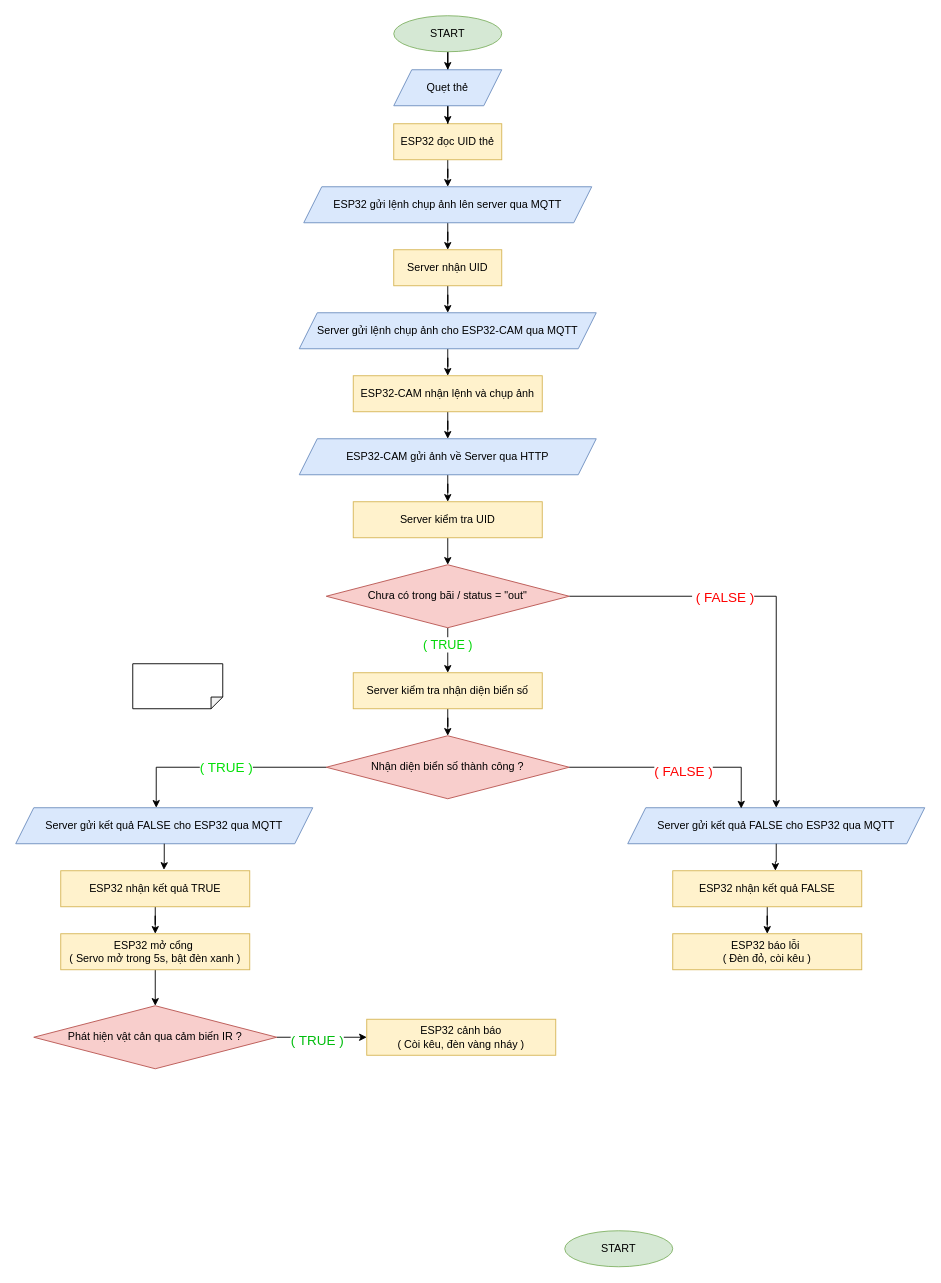
Before: page "Trang-4" (4 of 5) of Biểu đồ không có tiêu đề.drawio in GiaDuccc/shop-api, a draw.io diagram. Source tidied: cells renumbered, new cells numbered last; positions are measured from the earlier drawing's top-left corner, leaving out a move shared by most shapes. Both pictures are drawn from the tidied source at 90%, with x=0, y=0 at pixel (15, 15).
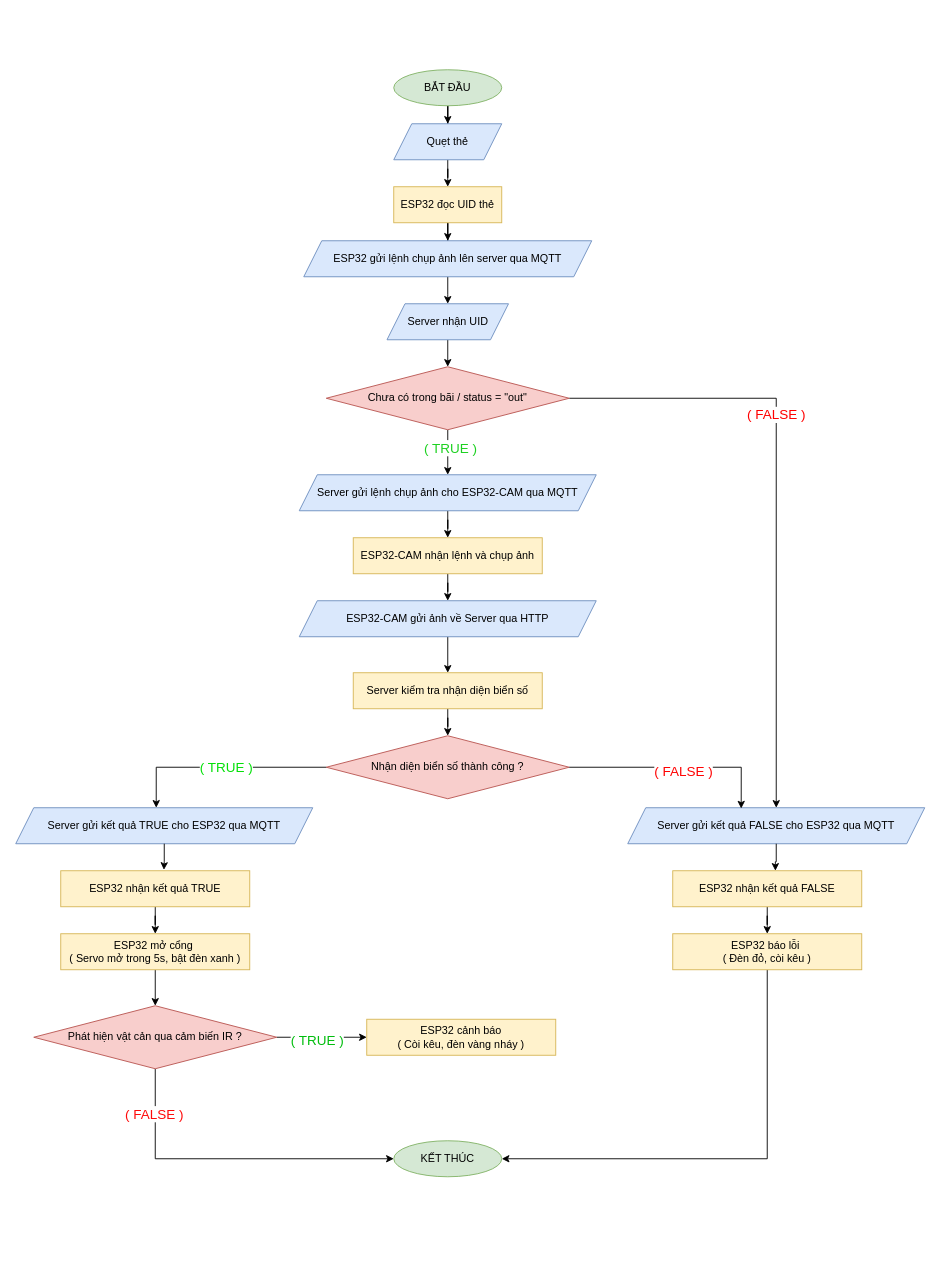
The same page after the edit.

Commit message (it also covers changes not shown here):
Cập nhật Biểu đồ không có tiêu đề.drawio

Unchanged cells that the change refers to:
```xml
<mxCell id="25" value="Server gửi kết quả FALSE cho ESP32 qua MQTT" style="shape=parallelogram;perimeter=parallelogramPerimeter;whiteSpace=wrap;html=1;fixedSize=1;fillColor=#dae8fc;strokeColor=#6c8ebf;" parent="1" vertex="1">
  <mxGeometry x="680" y="880" width="330" height="40" as="geometry" />
</mxCell>
<mxCell id="27" value="Server kiểm tra nhận diện biển số" style="rounded=0;whiteSpace=wrap;html=1;fillColor=#fff2cc;strokeColor=#d6b656;" parent="1" vertex="1">
  <mxGeometry x="375" y="730" width="210" height="40" as="geometry" />
</mxCell>
<mxCell id="36" value="ESP32 báo lỗi&amp;nbsp;&lt;div&gt;( Đèn đỏ, còi kêu )&lt;/div&gt;" style="rounded=0;whiteSpace=wrap;html=1;fillColor=#fff2cc;strokeColor=#d6b656;" parent="1" vertex="1">
  <mxGeometry x="730" y="1020" width="210" height="40" as="geometry" />
</mxCell>
<mxCell id="43" value="Phát hiện vật cản qua cảm biến IR ?" style="rhombus;whiteSpace=wrap;html=1;fillColor=#f8cecc;strokeColor=#b85450;" parent="1" vertex="1">
  <mxGeometry x="20" y="1100" width="270" height="70" as="geometry" />
</mxCell>
```

The edit, as a diff of the source:
```diff
@@
-    <mxCell id="3" value="START" style="ellipse;whiteSpace=wrap;html=1;fillColor=#d5e8d4;strokeColor=#82b366;" parent="1" vertex="1">
-      <mxGeometry x="420" width="120" height="40" as="geometry" />
+    <mxCell id="3" value="BẮT ĐẦU" style="ellipse;whiteSpace=wrap;html=1;fillColor=#d5e8d4;strokeColor=#82b366;" parent="1" vertex="1">
+      <mxGeometry x="420" y="60" width="120" height="40" as="geometry" />
     </mxCell>
@@
     <mxCell id="5" value="ESP32 đọc UID thẻ" style="rounded=0;whiteSpace=wrap;html=1;fillColor=#fff2cc;strokeColor=#d6b656;" parent="1" vertex="1">
-      <mxGeometry x="420" y="120" width="120" height="40" as="geometry" />
+      <mxGeometry x="420" y="190" width="120" height="40" as="geometry" />
     </mxCell>
@@
     <mxCell id="7" value="Quẹt thẻ" style="shape=parallelogram;perimeter=parallelogramPerimeter;whiteSpace=wrap;html=1;fixedSize=1;fillColor=#dae8fc;strokeColor=#6c8ebf;" parent="1" vertex="1">
-      <mxGeometry x="420" y="60" width="120" height="40" as="geometry" />
+      <mxGeometry x="420" y="120" width="120" height="40" as="geometry" />
     </mxCell>
-    <mxCell id="8" style="edgeStyle=orthogonalEdgeStyle;rounded=0;jettySize=auto;html=1;entryX=0.5;entryY=0;entryDx=0;entryDy=0;" parent="1" edge="1" source="9" target="11">
-      <mxGeometry relative="1" as="geometry" />
+    <mxCell id="8" style="edgeStyle=orthogonalEdgeStyle;rounded=0;jettySize=auto;html=1;entryX=0.5;entryY=0;entryDx=0;entryDy=0;" parent="1" edge="1" source="9">
+      <mxGeometry relative="1" as="geometry">
+        <mxPoint x="480" y="320" as="targetPoint" />
+      </mxGeometry>
     </mxCell>
     <mxCell id="9" value="ESP32 gửi lệnh chụp ảnh lên server qua MQTT" style="shape=parallelogram;perimeter=parallelogramPerimeter;whiteSpace=wrap;html=1;fixedSize=1;fillColor=#dae8fc;strokeColor=#6c8ebf;" parent="1" vertex="1">
-      <mxGeometry x="320" y="190" width="320" height="40" as="geometry" />
+      <mxGeometry x="320" y="250" width="320" height="40" as="geometry" />
     </mxCell>
-    <mxCell id="10" style="edgeStyle=orthogonalEdgeStyle;rounded=0;jettySize=auto;html=1;entryX=0.5;entryY=0;entryDx=0;entryDy=0;" parent="1" edge="1" source="11" target="13">
-      <mxGeometry relative="1" as="geometry" />
-    </mxCell>
-    <mxCell id="11" value="Server nhận UID" style="rounded=0;whiteSpace=wrap;html=1;fillColor=#fff2cc;strokeColor=#d6b656;" parent="1" vertex="1">
-      <mxGeometry x="420" y="260" width="120" height="40" as="geometry" />
-    </mxCell>
+    <mxCell id="49" style="edgeStyle=orthogonalEdgeStyle;rounded=0;jettySize=auto;html=1;entryX=0.5;entryY=0;entryDx=0;entryDy=0;" parent="1" edge="1" target="24">
+      <mxGeometry relative="1" as="geometry">
+        <mxPoint x="480" y="360" as="sourcePoint" />
+      </mxGeometry>
+    </mxCell>
@@
     <mxCell id="13" value="Server gửi lệnh chụp ảnh cho ESP32-CAM qua MQTT" style="shape=parallelogram;perimeter=parallelogramPerimeter;whiteSpace=wrap;html=1;fixedSize=1;fillColor=#dae8fc;strokeColor=#6c8ebf;" parent="1" vertex="1">
-      <mxGeometry x="315" y="330" width="330" height="40" as="geometry" />
+      <mxGeometry x="315" y="510" width="330" height="40" as="geometry" />
     </mxCell>
@@
     <mxCell id="15" value="ESP32-CAM nhận lệnh và chụp ảnh" style="rounded=0;whiteSpace=wrap;html=1;fillColor=#fff2cc;strokeColor=#d6b656;" parent="1" vertex="1">
-      <mxGeometry x="375" y="400" width="210" height="40" as="geometry" />
+      <mxGeometry x="375" y="580" width="210" height="40" as="geometry" />
     </mxCell>
-    <mxCell id="16" style="edgeStyle=orthogonalEdgeStyle;rounded=0;jettySize=auto;html=1;entryX=0.5;entryY=0;entryDx=0;entryDy=0;" parent="1" edge="1" source="17" target="19">
-      <mxGeometry relative="1" as="geometry" />
-    </mxCell>
+    <mxCell id="50" style="edgeStyle=orthogonalEdgeStyle;rounded=0;jettySize=auto;html=1;entryX=0.5;entryY=0;entryDx=0;entryDy=0;" parent="1" edge="1" source="17" target="27">
+      <mxGeometry relative="1" as="geometry" />
+    </mxCell>
     <mxCell id="17" value="ESP32-CAM gửi ảnh về Server qua HTTP" style="shape=parallelogram;perimeter=parallelogramPerimeter;whiteSpace=wrap;html=1;fixedSize=1;fillColor=#dae8fc;strokeColor=#6c8ebf;" parent="1" vertex="1">
-      <mxGeometry x="315" y="470" width="330" height="40" as="geometry" />
+      <mxGeometry x="315" y="650" width="330" height="40" as="geometry" />
     </mxCell>
-    <mxCell id="18" style="edgeStyle=orthogonalEdgeStyle;rounded=0;jettySize=auto;html=1;exitX=0.5;exitY=1;exitDx=0;exitDy=0;entryX=0.5;entryY=0;entryDx=0;entryDy=0;" parent="1" edge="1" source="19" target="24">
-      <mxGeometry relative="1" as="geometry" />
-    </mxCell>
-    <mxCell id="19" value="Server kiểm tra UID" style="rounded=0;whiteSpace=wrap;html=1;fillColor=#fff2cc;strokeColor=#d6b656;" parent="1" vertex="1">
-      <mxGeometry x="375" y="540" width="210" height="40" as="geometry" />
-    </mxCell>
     <mxCell id="20" style="edgeStyle=orthogonalEdgeStyle;rounded=0;jettySize=auto;html=1;entryX=0.5;entryY=0;entryDx=0;entryDy=0;" parent="1" edge="1" source="24" target="25">
       <mxGeometry relative="1" as="geometry">
         <Array as="points">
-          <mxPoint x="845" y="645" />
+          <mxPoint x="845" y="425" />
         </Array>
       </mxGeometry>
     </mxCell>
@@
-    <mxCell id="22" style="edgeStyle=orthogonalEdgeStyle;rounded=0;jettySize=auto;html=1;" parent="1" edge="1" source="24" target="27">
-      <mxGeometry relative="1" as="geometry" />
-    </mxCell>
+    <mxCell id="51" style="edgeStyle=orthogonalEdgeStyle;rounded=0;jettySize=auto;html=1;entryX=0.5;entryY=0;entryDx=0;entryDy=0;" parent="1" edge="1" source="24" target="13">
+      <mxGeometry relative="1" as="geometry" />
+    </mxCell>
-    <mxCell id="23" value="( TRUE )" style="edgeLabel;html=1;align=center;verticalAlign=middle;fontSize=14;fontColor=#01D607;" parent="22" vertex="1">
-      <mxGeometry x="-0.27" y="-1" relative="1" as="geometry" />
+    <mxCell id="23" value="( TRUE )" style="edgeLabel;html=1;align=center;verticalAlign=middle;fontSize=15;fontColor=#1DD121;" parent="51" vertex="1">
+      <mxGeometry x="-0.24" y="2" relative="1" as="geometry" />
     </mxCell>
     <mxCell id="24" value="Chưa có trong bãi / status = &quot;out&quot;" style="rhombus;whiteSpace=wrap;html=1;fillColor=#f8cecc;strokeColor=#b85450;" parent="1" vertex="1">
-      <mxGeometry x="345" y="610" width="270" height="70" as="geometry" />
+      <mxGeometry x="345" y="390" width="270" height="70" as="geometry" />
     </mxCell>
@@
-    <mxCell id="31" value="Server gửi kết quả FALSE cho ESP32 qua MQTT" style="shape=parallelogram;perimeter=parallelogramPerimeter;whiteSpace=wrap;html=1;fixedSize=1;fillColor=#dae8fc;strokeColor=#6c8ebf;" parent="1" vertex="1">
+    <mxCell id="31" value="Server gửi kết quả TRUE cho ESP32 qua MQTT" style="shape=parallelogram;perimeter=parallelogramPerimeter;whiteSpace=wrap;html=1;fixedSize=1;fillColor=#dae8fc;strokeColor=#6c8ebf;" parent="1" vertex="1">
       <mxGeometry y="880" width="330" height="40" as="geometry" />
     </mxCell>
@@
+    <mxCell id="52" style="edgeStyle=orthogonalEdgeStyle;rounded=0;jettySize=auto;html=1;entryX=1;entryY=0.5;entryDx=0;entryDy=0;" parent="1" edge="1" source="36" target="47">
+      <mxGeometry relative="1" as="geometry">
+        <Array as="points">
+          <mxPoint x="835" y="1270" />
+        </Array>
+      </mxGeometry>
+    </mxCell>
@@
+    <mxCell id="53" style="edgeStyle=orthogonalEdgeStyle;rounded=0;jettySize=auto;html=1;entryX=0;entryY=0.5;entryDx=0;entryDy=0;" parent="1" edge="1" source="43" target="47">
+      <mxGeometry relative="1" as="geometry">
+        <Array as="points">
+          <mxPoint x="155" y="1270" />
+        </Array>
+      </mxGeometry>
+    </mxCell>
+    <mxCell id="54" value="( FALSE )" style="edgeLabel;html=1;align=center;verticalAlign=middle;fontColor=#FF0A0A;fontSize=15;" parent="53" vertex="1">
+      <mxGeometry x="-0.73" y="-2" relative="1" as="geometry" />
+    </mxCell>
@@
-    <mxCell id="47" value="START" style="ellipse;whiteSpace=wrap;html=1;fillColor=#d5e8d4;strokeColor=#82b366;" parent="1" vertex="1">
-      <mxGeometry x="610" y="1350" width="120" height="40" as="geometry" />
+    <mxCell id="47" value="KẾT THÚC" style="ellipse;whiteSpace=wrap;html=1;fillColor=#d5e8d4;strokeColor=#82b366;" parent="1" vertex="1">
+      <mxGeometry x="420" y="1250" width="120" height="40" as="geometry" />
     </mxCell>
-    <mxCell id="48" style="shape=note;whiteSpace=wrap;html=1;backgroundOutline=1;darkOpacity=0.05;rotation=90;size=13;" parent="1" vertex="1">
-      <mxGeometry x="155" y="695" width="50" height="100" as="geometry" />
-    </mxCell>
+    <mxCell id="11" value="Server nhận UID" style="shape=parallelogram;perimeter=parallelogramPerimeter;whiteSpace=wrap;html=1;fixedSize=1;fillColor=#dae8fc;strokeColor=#6c8ebf;" parent="1" vertex="1">
+      <mxGeometry x="412.5" y="320" width="135" height="40" as="geometry" />
+    </mxCell>
```
